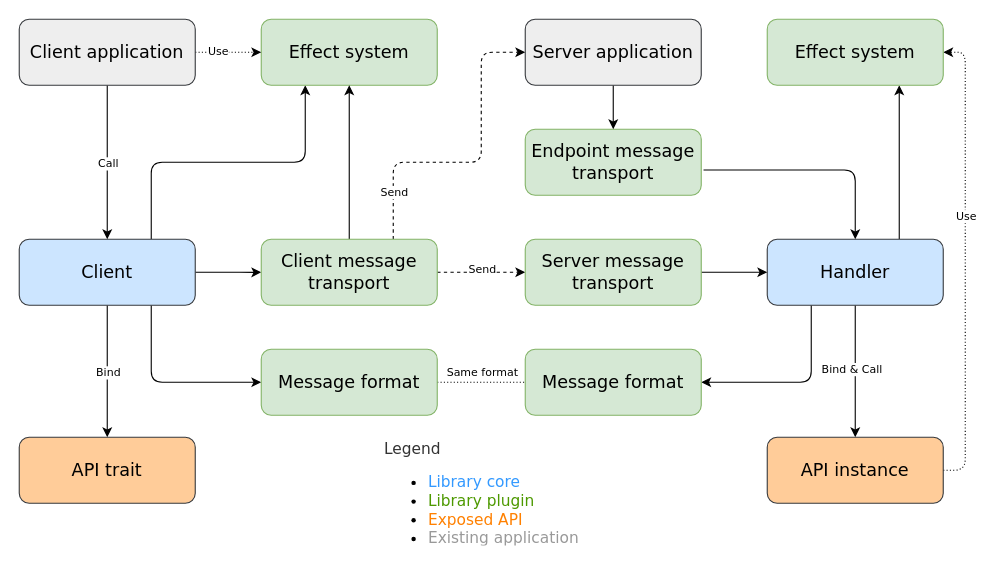
Above: doc/diagrams/architecture.drawio in martin-ockajak/automorph (draw.io), before the change. Source tidied: cells renumbered, new cells numbered last; positions are measured from the earlier drawing's top-left corner, leaving out a move shared by most shapes. Both pictures are drawn from the tidied source at 110%, with x=0, y=0 at pixel (19, 19).
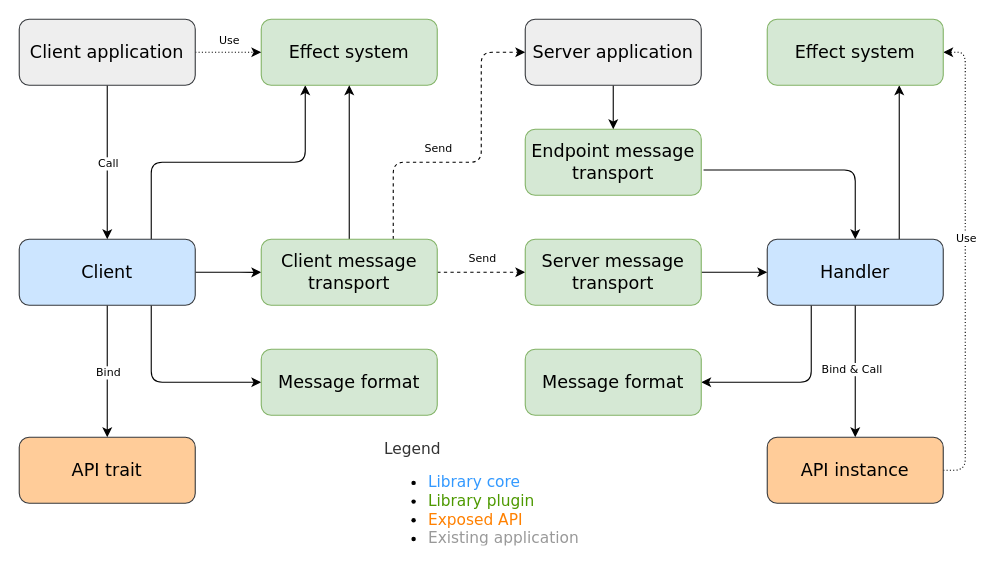
The same diagram, later.

The change refers to these unchanged cells:
```xml
<mxCell id="16" value="&lt;font style=&quot;font-size: 16px;&quot;&gt;Message format&lt;/font&gt;" style="rounded=1;whiteSpace=wrap;html=1;fillColor=#d5e8d4;strokeColor=#82b366;fontFamily=Verdana;fontSize=16;" parent="1" vertex="1">
  <mxGeometry x="220" y="300" width="160" height="60" as="geometry" />
</mxCell>
<mxCell id="34" value="&lt;font style=&quot;font-size: 16px;&quot;&gt;Message format&lt;/font&gt;" style="rounded=1;whiteSpace=wrap;html=1;fillColor=#d5e8d4;strokeColor=#82b366;fontFamily=Verdana;fontSize=16;" parent="1" vertex="1">
  <mxGeometry x="460" y="300" width="160" height="60" as="geometry" />
</mxCell>
```

The edit, as a diff of the source:
```diff
@@
-    <mxCell id="14" style="edgeStyle=orthogonalEdgeStyle;rounded=1;jettySize=auto;html=1;exitX=1;exitY=0.5;exitDx=0;exitDy=0;entryX=0;entryY=0.5;entryDx=0;entryDy=0;fontFamily=Verdana;fontSize=16;strokeColor=#000000;dashed=1;dashPattern=1 2;endArrow=none;endFill=0;" parent="1" edge="1" source="16" target="34">
-      <mxGeometry relative="1" as="geometry" />
-    </mxCell>
-    <mxCell id="15" value="Same format" style="edgeLabel;html=1;align=center;verticalAlign=middle;fontSize=10;fontFamily=Verdana;" parent="14" vertex="1">
-      <mxGeometry x="-0.28" y="-3" relative="1" as="geometry">
-        <mxPoint x="11" y="-13" as="offset" />
-      </mxGeometry>
-    </mxCell>
@@
     <mxCell id="38" value="Send" style="edgeLabel;html=1;align=center;verticalAlign=middle;fontSize=10;fontFamily=Verdana;" parent="1" vertex="1">
-      <mxGeometry x="350" y="150" as="geometry">
+      <mxGeometry x="390" y="110" as="geometry">
         <mxPoint x="-10" y="6" as="offset" />
       </mxGeometry>
     </mxCell>
     <mxCell id="39" value="Send" style="edgeLabel;html=1;align=center;verticalAlign=middle;fontSize=10;fontFamily=Verdana;" parent="1" vertex="1">
-      <mxGeometry x="430" y="220" as="geometry">
+      <mxGeometry x="430" y="210" as="geometry">
         <mxPoint x="-10" y="6" as="offset" />
       </mxGeometry>
     </mxCell>
     <mxCell id="40" value="Use" style="edgeLabel;html=1;align=center;verticalAlign=middle;fontSize=10;fontFamily=Verdana;" parent="1" vertex="1">
-      <mxGeometry x="190" y="30" as="geometry">
+      <mxGeometry x="200" y="20" as="geometry">
         <mxPoint x="-10" y="-2" as="offset" />
       </mxGeometry>
     </mxCell>
     <mxCell id="41" value="Use" style="edgeLabel;html=1;align=center;verticalAlign=middle;fontSize=10;fontFamily=Verdana;" parent="1" vertex="1">
-      <mxGeometry x="870" y="180" as="geometry">
+      <mxGeometry x="870" y="200" as="geometry">
         <mxPoint x="-10" y="-2" as="offset" />
       </mxGeometry>
     </mxCell>
```
